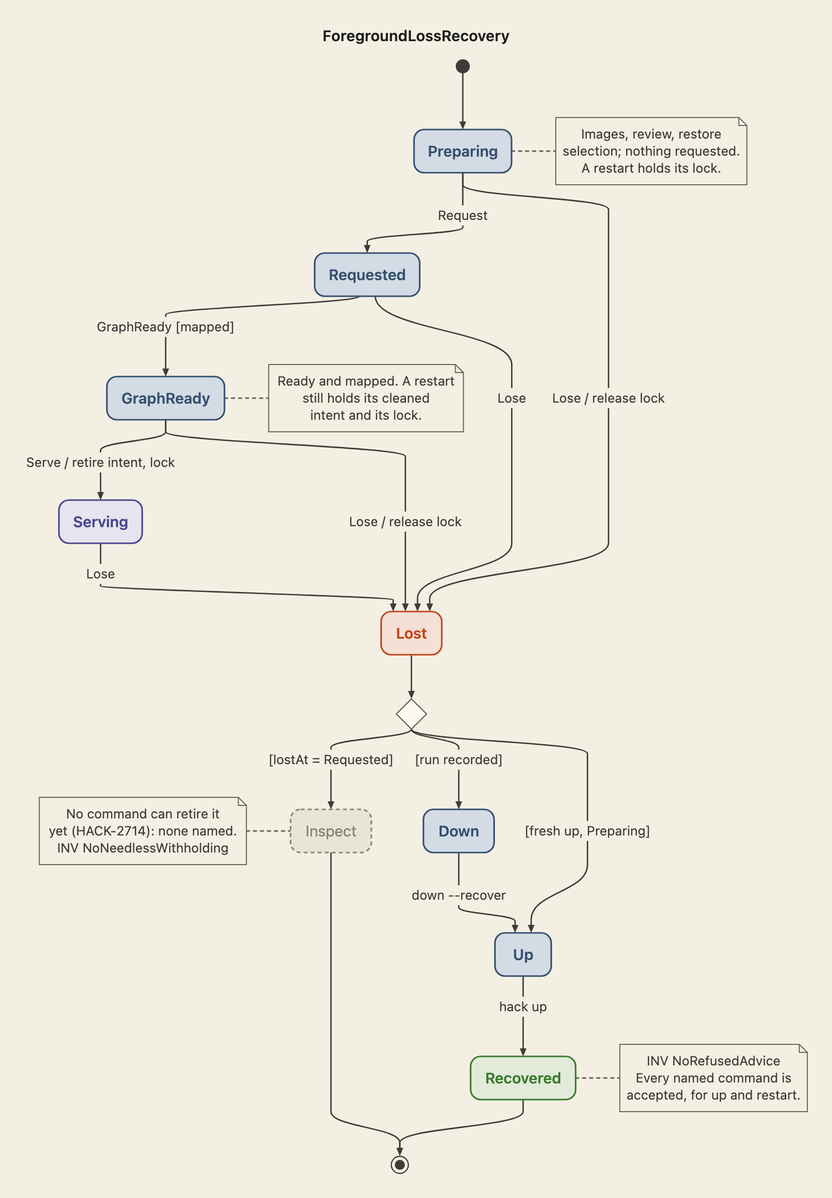
hack-dance/hack keeps this Mermaid diagram as docs/diagrams/foreground-loss-recovery.png. Above is the earlier version. Its source is kept beside it as docs/diagrams/foreground-loss-recovery.mmd.
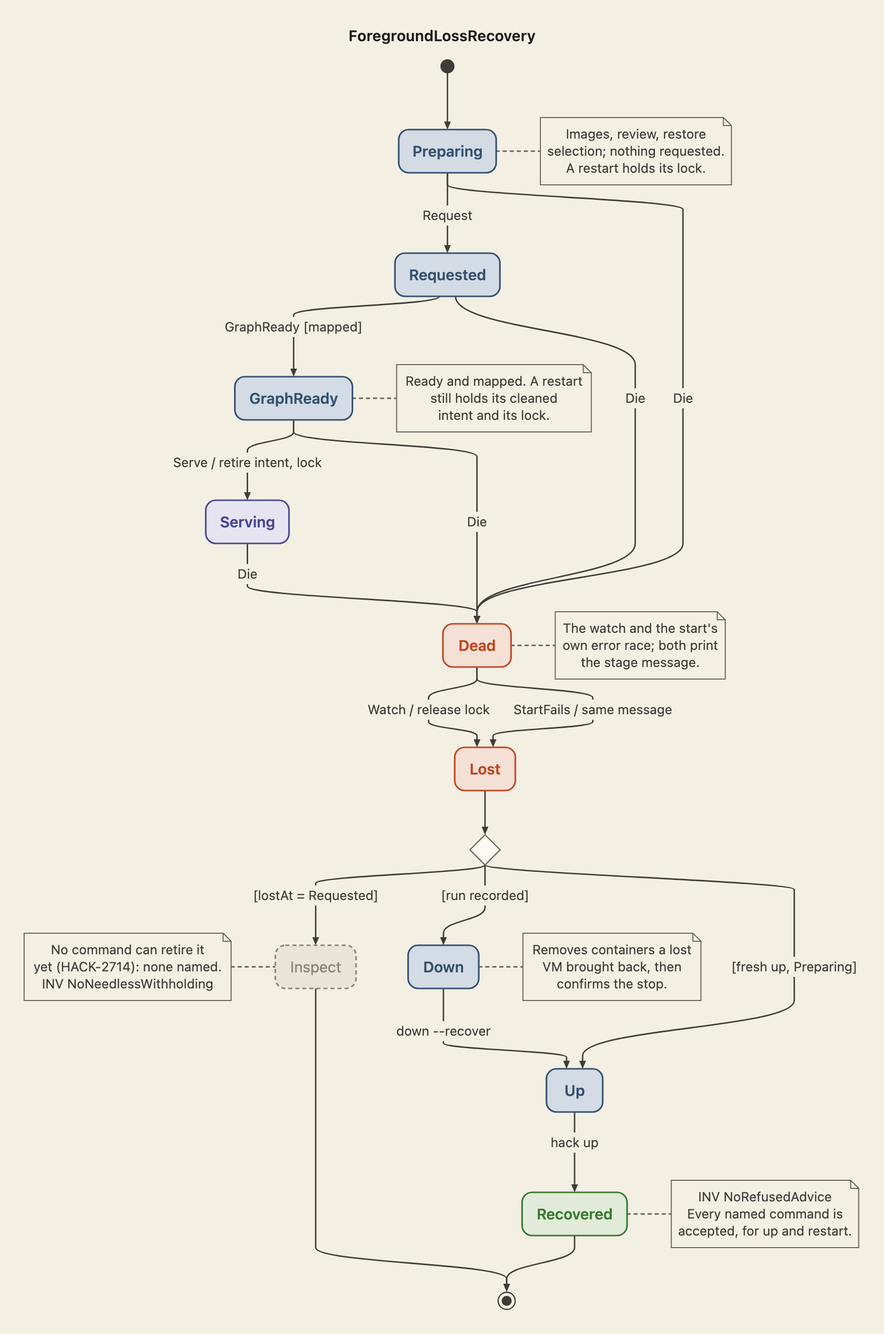
The same file after the commit.

Diff of the diagram source:
```diff
@@ -7,10 +7,12 @@
   Preparing --> Requested : Request
   Requested --> GraphReady : GraphReady [mapped]
   GraphReady --> Serving : Serve / retire intent, lock
-  Preparing --> Lost : Lose / release lock
-  Requested --> Lost : Lose
-  GraphReady --> Lost : Lose / release lock
-  Serving --> Lost : Lose
+  Preparing --> Dead : Die
+  Requested --> Dead : Die
+  GraphReady --> Dead : Die
+  Serving --> Dead : Die
+  Dead --> Lost : Watch / release lock
+  Dead --> Lost : StartFails / same message
   state advice <<choice>>
   Lost --> advice
   advice --> Inspect : [lostAt = Requested]
@@ -31,10 +33,20 @@
     still holds its cleaned
     intent and its lock.
   end note
+  note right of Dead
+    The watch and the start's
+    own error race; both print
+    the stage message.
+  end note
   note left of Inspect
     No command can retire it
     yet (HACK-2714): none named.
     INV NoNeedlessWithholding
+  end note
+  note right of Down
+    Removes containers a lost
+    VM brought back, then
+    confirms the stop.
   end note
   note right of Recovered
     INV NoRefusedAdvice
@@ -49,7 +61,7 @@
   classDef idle stroke-width:1.6px
   class Preparing,Requested,GraphReady wait
   class Serving live
-  class Lost fail
+  class Dead,Lost fail
   class Down,Up wait
   class Recovered ok
   class Inspect idle
```
